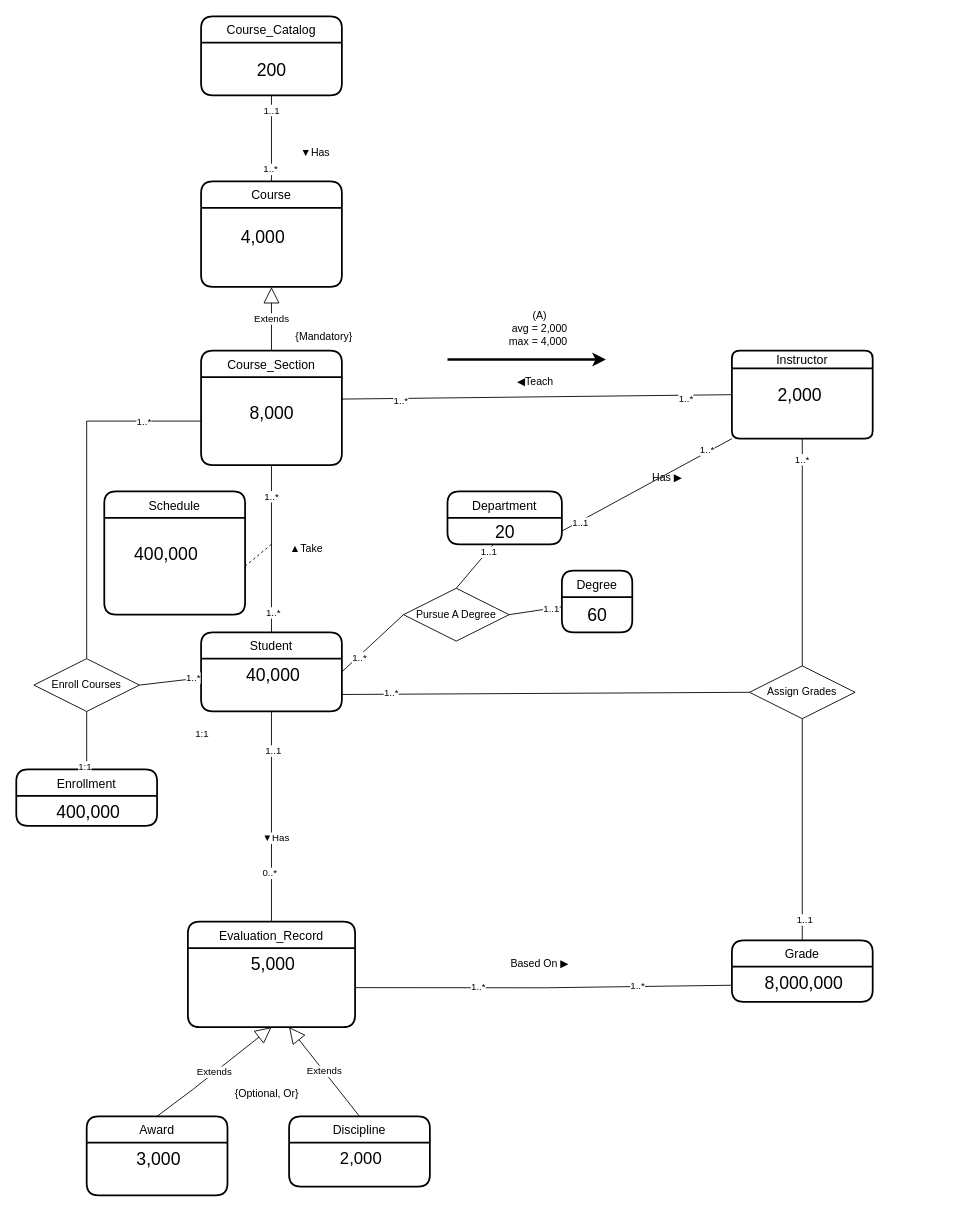
bincute/iAmReadingBook keeps this draw.io diagram as page "第 5 页" (5 of 5) of 未命名绘图2.drawio. Above is the earlier version. Source tidied: cells renumbered, new cells numbered last; positions are measured from the earlier drawing's top-left corner, leaving out a move shared by most shapes. Both pictures are drawn from the tidied source at 88%, with x=0, y=0 at pixel (16, 16).
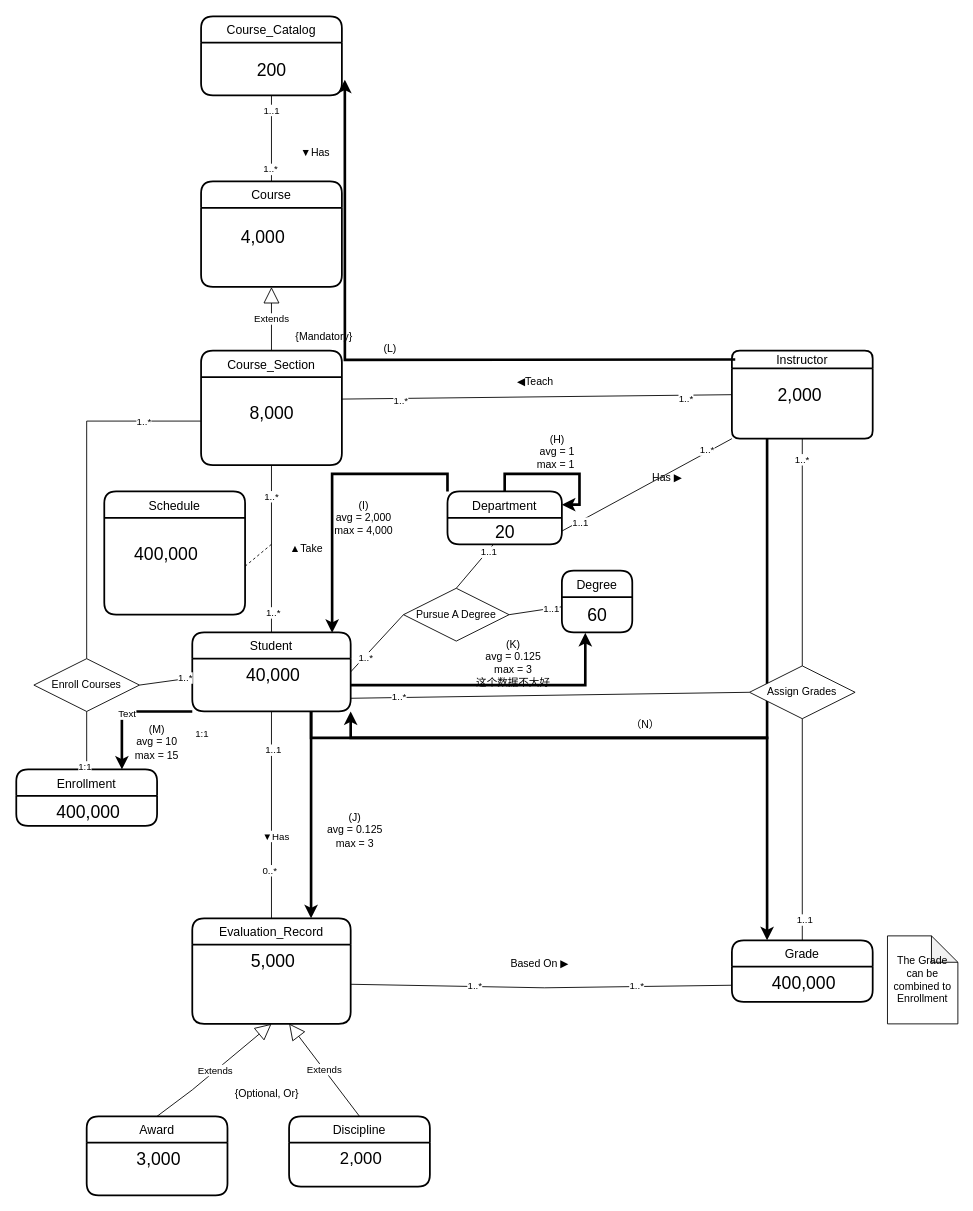
The same page after the edit.

The change refers to these unchanged cells:
```xml
<mxCell id="5" value="Instructor" style="swimlane;horizontal=1;startSize=20;rounded=1;fontSize=14;fontStyle=0;strokeWidth=2;shadow=0;dashed=0;align=center;" parent="1" vertex="1">
  <mxGeometry x="813.2" y="380" width="160" height="100" as="geometry" />
</mxCell>
<mxCell id="11" value="Assign Grades" style="shape=rhombus;perimeter=rhombusPerimeter;whiteSpace=wrap;html=1;align=center;" parent="1" vertex="1">
  <mxGeometry x="833.2" y="738.2" width="120" height="60" as="geometry" />
</mxCell>
<mxCell id="16" value="Grade" style="swimlane;horizontal=1;startSize=30;rounded=1;fontSize=14;fontStyle=0;strokeWidth=2;shadow=0;dashed=0;align=center;" parent="1" vertex="1">
  <mxGeometry x="813.2" y="1050" width="160" height="70" as="geometry" />
</mxCell>
<mxCell id="19" value="200" style="text;html=1;align=center;verticalAlign=middle;points=[];strokeColor=none;fillColor=none;fontSize=20;" parent="18" vertex="1">
  <mxGeometry y="30" width="160" height="60" as="geometry" />
</mxCell>
<mxCell id="36" value="60" style="text;html=1;align=center;verticalAlign=middle;points=[];strokeColor=none;fillColor=none;fontSize=20;" parent="35" vertex="1">
  <mxGeometry y="30" width="80" height="40" as="geometry" />
</mxCell>
<mxCell id="37" value="Department" style="swimlane;horizontal=1;startSize=30;rounded=1;fontSize=14;fontStyle=0;strokeWidth=2;shadow=0;dashed=0;align=center;" parent="1" vertex="1">
  <mxGeometry x="490" y="540" width="130" height="60" as="geometry" />
</mxCell>
<mxCell id="52" value="Enrollment" style="swimlane;horizontal=1;startSize=30;rounded=1;fontSize=14;fontStyle=0;strokeWidth=2;shadow=0;dashed=0;align=center;" parent="1" vertex="1">
  <mxGeometry y="855.9" width="160" height="64.1" as="geometry" />
</mxCell>
<mxCell id="64" value="Discipline" style="swimlane;horizontal=1;startSize=30;rounded=1;fontSize=14;fontStyle=0;strokeWidth=2;shadow=0;dashed=0;align=center;" parent="1" vertex="1">
  <mxGeometry x="310" y="1250" width="160" height="80" as="geometry" />
</mxCell>
```

What changed in the source:
```diff
@@
     <mxCell id="3" value="Student" style="swimlane;horizontal=1;startSize=30;rounded=1;fontSize=14;fontStyle=0;strokeWidth=2;shadow=0;dashed=0;align=center;" parent="1" vertex="1">
-      <mxGeometry x="210" y="700" width="160" height="90" as="geometry" />
+      <mxGeometry x="200" y="700" width="180" height="90" as="geometry" />
     </mxCell>
     <mxCell id="4" value="40,000" style="align=center;strokeColor=none;fillColor=none;spacingLeft=4;fontSize=20;verticalAlign=top;" parent="3" vertex="1">
-      <mxGeometry y="30" width="160" height="60" as="geometry" />
+      <mxGeometry y="30" width="180" height="60" as="geometry" />
     </mxCell>
+    <mxCell id="82" style="edgeStyle=elbowEdgeStyle;rounded=0;jettySize=auto;html=1;exitX=0.25;exitY=1;exitDx=0;exitDy=0;entryX=1;entryY=1;entryDx=0;entryDy=0;strokeWidth=3;elbow=vertical;" parent="1" edge="1" source="5" target="4">
+      <mxGeometry relative="1" as="geometry">
+        <Array as="points">
+          <mxPoint x="630" y="820" />
+        </Array>
+      </mxGeometry>
+    </mxCell>
@@
-    <mxCell id="9" style="edgeStyle=none;rounded=0;jettySize=auto;html=1;exitX=0;exitY=0.5;exitDx=0;exitDy=0;entryX=1;entryY=0.5;entryDx=0;entryDy=0;endArrow=none;endFill=0;" parent="1" edge="1" source="11">
-      <mxGeometry relative="1" as="geometry">
-        <mxPoint x="370" y="770.7" as="targetPoint" />
-      </mxGeometry>
+    <mxCell id="9" style="edgeStyle=none;rounded=0;jettySize=auto;html=1;exitX=0;exitY=0.5;exitDx=0;exitDy=0;entryX=1;entryY=0.75;entryDx=0;entryDy=0;endArrow=none;endFill=0;" parent="1" edge="1" source="11" target="4">
+      <mxGeometry relative="1" as="geometry" />
     </mxCell>
@@
-    <mxCell id="17" value="8,000,000" style="align=center;strokeColor=none;fillColor=none;spacingLeft=4;fontSize=20;verticalAlign=top;" parent="16" vertex="1">
+    <mxCell id="17" value="400,000" style="align=center;strokeColor=none;fillColor=none;spacingLeft=4;fontSize=20;verticalAlign=top;" parent="16" vertex="1">
       <mxGeometry y="30" width="160" height="40" as="geometry" />
     </mxCell>
@@
     <mxCell id="29" value="Evaluation_Record" style="swimlane;horizontal=1;startSize=30;rounded=1;fontSize=14;fontStyle=0;strokeWidth=2;shadow=0;dashed=0;align=center;" parent="1" vertex="1">
-      <mxGeometry x="195" y="1028.8" width="190" height="120" as="geometry" />
+      <mxGeometry x="200" y="1025" width="180" height="120" as="geometry" />
     </mxCell>
     <mxCell id="30" value="5,000" style="align=center;strokeColor=none;fillColor=none;spacingLeft=4;fontSize=20;verticalAlign=top;" parent="29" vertex="1">
-      <mxGeometry y="30" width="190" height="90" as="geometry" />
+      <mxGeometry y="30" width="180" height="90" as="geometry" />
     </mxCell>
@@
+    <mxCell id="83" style="edgeStyle=orthogonalEdgeStyle;rounded=0;jettySize=auto;html=1;exitX=0;exitY=0;exitDx=0;exitDy=0;entryX=0.883;entryY=0.007;entryDx=0;entryDy=0;strokeWidth=3;entryPerimeter=0;" parent="1" edge="1" source="37" target="3">
+      <mxGeometry relative="1" as="geometry" />
+    </mxCell>
@@
-    <mxCell id="67" value="Extends" style="endArrow=block;endSize=16;endFill=0;html=1;rounded=0;exitX=0.5;exitY=0;exitDx=0;exitDy=0;" parent="1" edge="1" source="64">
-      <mxGeometry relative="1" as="geometry">
-        <mxPoint x="310" y="1148.8" as="targetPoint" />
-      </mxGeometry>
+    <mxCell id="67" value="Extends" style="endArrow=block;endSize=16;endFill=0;html=1;rounded=0;exitX=0.5;exitY=0;exitDx=0;exitDy=0;entryX=0.611;entryY=0.996;entryDx=0;entryDy=0;entryPerimeter=0;" parent="1" edge="1" source="64" target="30">
+      <mxGeometry relative="1" as="geometry" />
     </mxCell>
@@
-    <mxCell id="76" style="endArrow=classic;html=1;rounded=0;strokeWidth=3;endFill=1;" parent="1" edge="1">
+    <mxCell id="76" style="endArrow=classic;html=1;rounded=0;strokeWidth=3;endFill=1;entryX=1.021;entryY=0.7;entryDx=0;entryDy=0;entryPerimeter=0;edgeStyle=orthogonalEdgeStyle;" parent="1" edge="1" target="19">
       <mxGeometry relative="1" as="geometry">
-        <mxPoint x="490" y="390" as="sourcePoint" />
-        <mxPoint x="670" y="390" as="targetPoint" />
+        <mxPoint x="817" y="390" as="sourcePoint" />
       </mxGeometry>
     </mxCell>
-    <mxCell id="77" value="(A)&lt;br&gt;avg = 2,000&lt;br&gt;max = 4,000&amp;nbsp;" style="text;html=1;strokeColor=none;fillColor=none;align=center;verticalAlign=middle;whiteSpace=wrap;rounded=0;" parent="1" vertex="1">
-      <mxGeometry x="540" y="340" width="110" height="30" as="geometry" />
+    <mxCell id="77" value="(L)&lt;br&gt;&amp;nbsp;" style="text;html=1;strokeColor=none;fillColor=none;align=center;verticalAlign=middle;whiteSpace=wrap;rounded=0;" parent="1" vertex="1">
+      <mxGeometry x="370" y="370" width="110" height="30" as="geometry" />
     </mxCell>
@@
+    <mxCell id="84" style="edgeStyle=orthogonalEdgeStyle;rounded=0;orthogonalLoop=1;jettySize=auto;html=1;exitX=0.5;exitY=0;exitDx=0;exitDy=0;entryX=1;entryY=0.25;entryDx=0;entryDy=0;strokeWidth=3;" parent="1" edge="1" source="37" target="37">
+      <mxGeometry relative="1" as="geometry" />
+    </mxCell>
+    <mxCell id="85" value="(H)&lt;br&gt;avg = 1&lt;br&gt;max = 1&amp;nbsp;" style="text;html=1;strokeColor=none;fillColor=none;align=center;verticalAlign=middle;whiteSpace=wrap;rounded=0;" parent="1" vertex="1">
+      <mxGeometry x="560" y="480" width="110" height="30" as="geometry" />
+    </mxCell>
+    <mxCell id="86" value="(I)&lt;br&gt;avg = 2,000&lt;br&gt;max = 4,000" style="text;html=1;strokeColor=none;fillColor=none;align=center;verticalAlign=middle;whiteSpace=wrap;rounded=0;" parent="1" vertex="1">
+      <mxGeometry x="340" y="555" width="110" height="30" as="geometry" />
+    </mxCell>
+    <mxCell id="87" style="edgeStyle=orthogonalEdgeStyle;rounded=0;jettySize=auto;html=1;exitX=0.75;exitY=1;exitDx=0;exitDy=0;entryX=0.75;entryY=0;entryDx=0;entryDy=0;strokeWidth=3;" parent="1" edge="1" source="4" target="29">
+      <mxGeometry relative="1" as="geometry" />
+    </mxCell>
+    <mxCell id="88" value="(J)&lt;br&gt;avg = 0.125&lt;br&gt;max = 3" style="text;html=1;strokeColor=none;fillColor=none;align=center;verticalAlign=middle;whiteSpace=wrap;rounded=0;" parent="1" vertex="1">
+      <mxGeometry x="330" y="910" width="110" height="30" as="geometry" />
+    </mxCell>
+    <mxCell id="89" style="edgeStyle=orthogonalEdgeStyle;rounded=0;jettySize=auto;html=1;exitX=1;exitY=0.5;exitDx=0;exitDy=0;entryX=0.333;entryY=1.017;entryDx=0;entryDy=0;entryPerimeter=0;strokeWidth=3;" parent="1" edge="1" source="4" target="36">
+      <mxGeometry relative="1" as="geometry" />
+    </mxCell>
+    <mxCell id="90" value="(K)&lt;br&gt;avg = 0.125&lt;br&gt;max = 3&lt;br&gt;这个数据不大好" style="text;html=1;strokeColor=none;fillColor=none;align=center;verticalAlign=middle;whiteSpace=wrap;rounded=0;" parent="1" vertex="1">
+      <mxGeometry x="510" y="710" width="110" height="50" as="geometry" />
+    </mxCell>
+    <mxCell id="91" style="edgeStyle=orthogonalEdgeStyle;rounded=0;jettySize=auto;html=1;exitX=0;exitY=1;exitDx=0;exitDy=0;entryX=0.75;entryY=0;entryDx=0;entryDy=0;strokeWidth=3;" parent="1" edge="1" source="4" target="52">
+      <mxGeometry relative="1" as="geometry">
+        <Array as="points">
+          <mxPoint x="120" y="790" />
+        </Array>
+      </mxGeometry>
+    </mxCell>
+    <mxCell id="92" value="Text" style="edgeLabel;html=1;align=center;verticalAlign=middle;" parent="91" vertex="1">
+      <mxGeometry x="0.03" y="2" relative="1" as="geometry" />
+    </mxCell>
+    <mxCell id="93" value="(M)&lt;br&gt;avg = 10&lt;br&gt;max = 15" style="text;html=1;strokeColor=none;fillColor=none;align=center;verticalAlign=middle;whiteSpace=wrap;rounded=0;" parent="1" vertex="1">
+      <mxGeometry x="105" y="810" width="110" height="30" as="geometry" />
+    </mxCell>
+    <mxCell id="94" style="edgeStyle=orthogonalEdgeStyle;rounded=0;jettySize=auto;html=1;exitX=0.75;exitY=1;exitDx=0;exitDy=0;entryX=0.25;entryY=0;entryDx=0;entryDy=0;strokeWidth=3;elbow=vertical;" parent="1" edge="1" source="4" target="16">
+      <mxGeometry relative="1" as="geometry">
+        <Array as="points">
+          <mxPoint x="335" y="820" />
+          <mxPoint x="853" y="820" />
+        </Array>
+      </mxGeometry>
+    </mxCell>
+    <mxCell id="95" value="（N）" style="text;html=1;strokeColor=none;fillColor=none;align=center;verticalAlign=middle;whiteSpace=wrap;rounded=0;" parent="1" vertex="1">
+      <mxGeometry x="660" y="790" width="110" height="30" as="geometry" />
+    </mxCell>
+    <mxCell id="96" value="The Grade can be combined to Enrollment" style="shape=note;whiteSpace=wrap;html=1;backgroundOutline=1;darkOpacity=0.05;" parent="1" vertex="1">
+      <mxGeometry x="990" y="1045" width="80" height="100" as="geometry" />
+    </mxCell>
```
